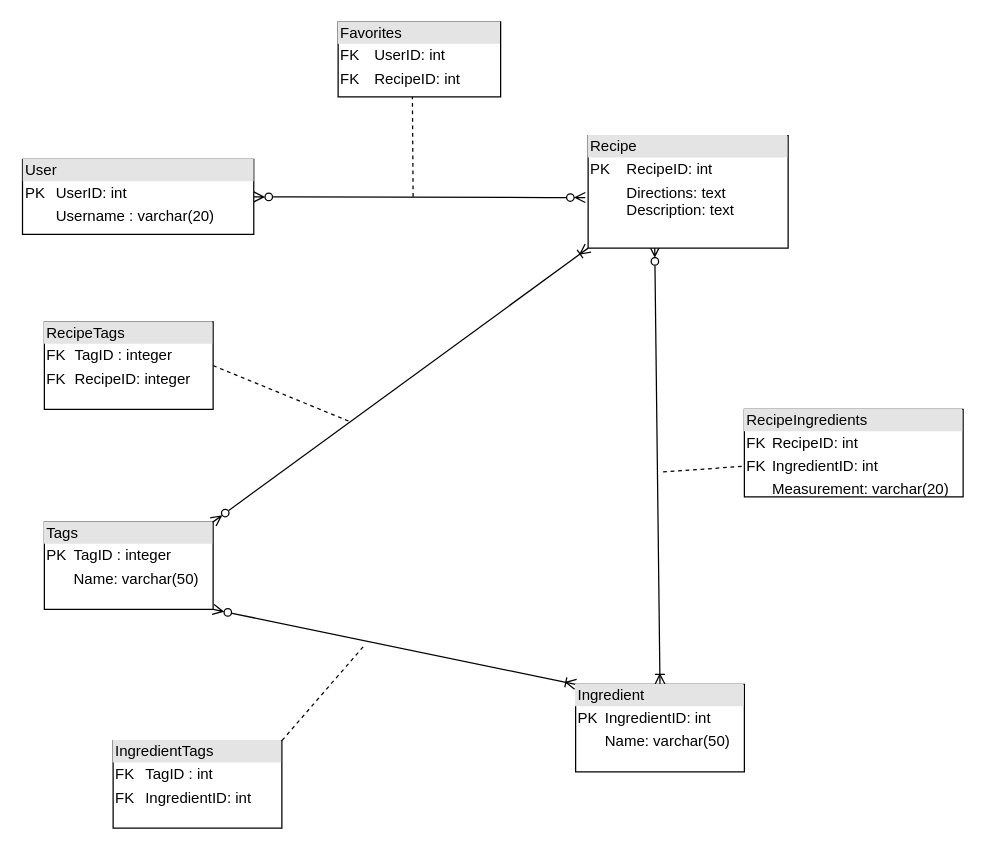
Before: Copy of Project A2.drawio in Rhimeth/COSC-612-Project, a draw.io diagram. Source tidied: cells renumbered, new cells numbered last; positions are measured from the earlier drawing's top-left corner, leaving out a move shared by most shapes. Both pictures are drawn from the tidied source at 125%, with x=0, y=0 at pixel (22, 21).
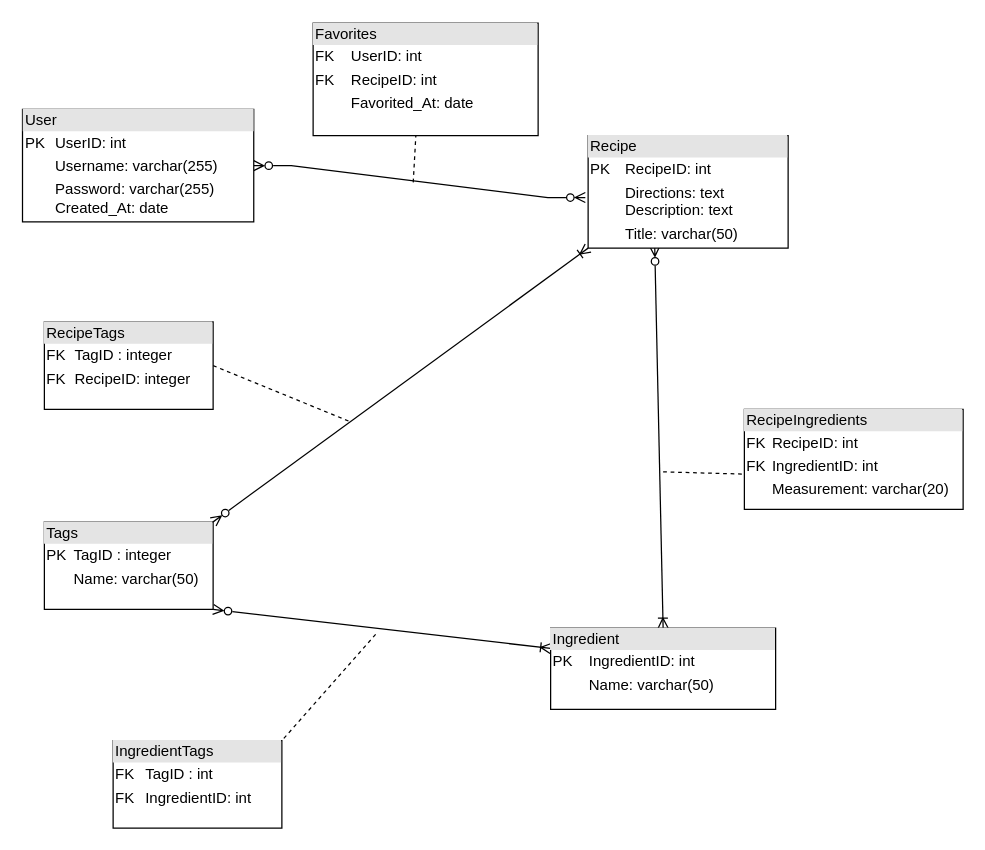
The same page after the edit.

The change refers to these unchanged cells:
```xml
<mxCell id="14" value="&lt;div style=&quot;box-sizing:border-box;width:100%;background:#e4e4e4;padding:2px;&quot;&gt;Tags&lt;/div&gt;&lt;table style=&quot;width:100%;font-size:1em;&quot; cellpadding=&quot;2&quot; cellspacing=&quot;0&quot;&gt;&lt;tbody&gt;&lt;tr&gt;&lt;td&gt;PK&lt;/td&gt;&lt;td&gt;TagID : integer&lt;/td&gt;&lt;/tr&gt;&lt;tr&gt;&lt;td&gt;&lt;br&gt;&lt;/td&gt;&lt;td&gt;Name: varchar(50)&lt;/td&gt;&lt;/tr&gt;&lt;tr&gt;&lt;td&gt;&lt;/td&gt;&lt;td&gt;&lt;br&gt;&lt;/td&gt;&lt;/tr&gt;&lt;/tbody&gt;&lt;/table&gt;" style="verticalAlign=top;align=left;overflow=fill;html=1;whiteSpace=wrap;" parent="1" vertex="1">
  <mxGeometry x="17" y="400" width="135" height="70" as="geometry" />
</mxCell>
<mxCell id="15" value="&lt;div style=&quot;box-sizing:border-box;width:100%;background:#e4e4e4;padding:2px;&quot;&gt;IngredientTags&lt;/div&gt;&lt;table style=&quot;width:100%;font-size:1em;&quot; cellpadding=&quot;2&quot; cellspacing=&quot;0&quot;&gt;&lt;tbody&gt;&lt;tr&gt;&lt;td&gt;FK&lt;/td&gt;&lt;td&gt;TagID : int&lt;/td&gt;&lt;/tr&gt;&lt;tr&gt;&lt;td&gt;FK&lt;/td&gt;&lt;td&gt;IngredientID: int&lt;/td&gt;&lt;/tr&gt;&lt;tr&gt;&lt;td&gt;&lt;/td&gt;&lt;td&gt;&lt;br&gt;&lt;/td&gt;&lt;/tr&gt;&lt;/tbody&gt;&lt;/table&gt;" style="verticalAlign=top;align=left;overflow=fill;html=1;whiteSpace=wrap;" parent="1" vertex="1">
  <mxGeometry x="72" y="575" width="135" height="70" as="geometry" />
</mxCell>
```

Change to the diagram source:
```diff
@@
-    <mxCell id="5" style="endArrow=ERoneToMany;startArrow=ERzeroToMany;html=1;rounded=0;exitX=1;exitY=1;exitDx=0;exitDy=0;entryX=0;entryY=0;entryDx=0;entryDy=0;startFill=0;endFill=0;" parent="1" edge="1" source="14" target="16">
+    <mxCell id="5" style="endArrow=ERoneToMany;startArrow=ERzeroToMany;html=1;rounded=0;exitX=1;exitY=1;exitDx=0;exitDy=0;entryX=0;entryY=0.25;entryDx=0;entryDy=0;startFill=0;endFill=0;" parent="1" edge="1" source="14" target="16">
       <mxGeometry relative="1" as="geometry" />
     </mxCell>
     <mxCell id="6" style="endArrow=none;html=1;rounded=0;entryX=1;entryY=0;entryDx=0;entryDy=0;dashed=1;" parent="1" edge="1" target="15">
       <mxGeometry relative="1" as="geometry">
-        <mxPoint x="272" y="500" as="sourcePoint" />
+        <mxPoint x="282" y="490" as="sourcePoint" />
       </mxGeometry>
     </mxCell>
@@
     <mxCell id="9" style="endArrow=none;html=1;rounded=0;exitX=0.457;exitY=0.983;exitDx=0;exitDy=0;dashed=1;exitPerimeter=0;" parent="1" edge="1" source="12">
       <mxGeometry relative="1" as="geometry">
-        <mxPoint x="312" y="140" as="targetPoint" />
+        <mxPoint x="312" y="130" as="targetPoint" />
       </mxGeometry>
     </mxCell>
-    <mxCell id="10" value="&lt;div style=&quot;box-sizing:border-box;width:100%;background:#e4e4e4;padding:2px;&quot;&gt;User&lt;/div&gt;&lt;table style=&quot;width:100%;font-size:1em;&quot; cellpadding=&quot;2&quot; cellspacing=&quot;0&quot;&gt;&lt;tbody&gt;&lt;tr&gt;&lt;td&gt;PK&lt;/td&gt;&lt;td&gt;UserID: int&lt;/td&gt;&lt;/tr&gt;&lt;tr&gt;&lt;td&gt;&lt;br&gt;&lt;/td&gt;&lt;td&gt;Username : varchar(20)&lt;/td&gt;&lt;/tr&gt;&lt;tr&gt;&lt;td&gt;&lt;/td&gt;&lt;td&gt;&lt;br&gt;&lt;/td&gt;&lt;/tr&gt;&lt;/tbody&gt;&lt;/table&gt;" style="verticalAlign=top;align=left;overflow=fill;html=1;whiteSpace=wrap;" parent="1" vertex="1">
-      <mxGeometry x="-0.5" y="110" width="185" height="60" as="geometry" />
+    <mxCell id="10" value="&lt;div style=&quot;box-sizing:border-box;width:100%;background:#e4e4e4;padding:2px;&quot;&gt;User&lt;/div&gt;&lt;table style=&quot;width:100%;font-size:1em;&quot; cellpadding=&quot;2&quot; cellspacing=&quot;0&quot;&gt;&lt;tbody&gt;&lt;tr&gt;&lt;td&gt;PK&lt;/td&gt;&lt;td&gt;UserID: int&lt;/td&gt;&lt;/tr&gt;&lt;tr&gt;&lt;td&gt;&lt;br&gt;&lt;/td&gt;&lt;td&gt;Username: varchar(255)&lt;br&gt;&lt;/td&gt;&lt;/tr&gt;&lt;tr&gt;&lt;td&gt;&lt;/td&gt;&lt;td&gt;Password: varchar(255)&lt;br&gt;Created_At: date&lt;br&gt;&lt;/td&gt;&lt;/tr&gt;&lt;/tbody&gt;&lt;/table&gt;" style="verticalAlign=top;align=left;overflow=fill;html=1;whiteSpace=wrap;" parent="1" vertex="1">
+      <mxGeometry x="-0.5" y="70" width="185" height="90" as="geometry" />
     </mxCell>
@@
-    <mxCell id="12" value="&lt;div style=&quot;box-sizing:border-box;width:100%;background:#e4e4e4;padding:2px;&quot;&gt;Favorites&lt;/div&gt;&lt;table style=&quot;width:100%;font-size:1em;&quot; cellpadding=&quot;2&quot; cellspacing=&quot;0&quot;&gt;&lt;tbody&gt;&lt;tr&gt;&lt;td&gt;FK&lt;/td&gt;&lt;td&gt;UserID: int&lt;/td&gt;&lt;/tr&gt;&lt;tr&gt;&lt;td&gt;FK&lt;/td&gt;&lt;td&gt;RecipeID: int&lt;/td&gt;&lt;/tr&gt;&lt;tr&gt;&lt;td&gt;&lt;/td&gt;&lt;td&gt;&lt;br&gt;&lt;/td&gt;&lt;/tr&gt;&lt;/tbody&gt;&lt;/table&gt;" style="verticalAlign=top;align=left;overflow=fill;html=1;whiteSpace=wrap;" parent="1" vertex="1">
-      <mxGeometry x="252" width="130" height="60" as="geometry" />
+    <mxCell id="12" value="&lt;div style=&quot;box-sizing:border-box;width:100%;background:#e4e4e4;padding:2px;&quot;&gt;Favorites&lt;/div&gt;&lt;table style=&quot;width:100%;font-size:1em;&quot; cellpadding=&quot;2&quot; cellspacing=&quot;0&quot;&gt;&lt;tbody&gt;&lt;tr&gt;&lt;td&gt;FK&lt;/td&gt;&lt;td&gt;UserID: int&lt;/td&gt;&lt;/tr&gt;&lt;tr&gt;&lt;td&gt;FK&lt;/td&gt;&lt;td&gt;RecipeID: int&lt;/td&gt;&lt;/tr&gt;&lt;tr&gt;&lt;td&gt;&lt;br&gt;&lt;/td&gt;&lt;td&gt;Favorited_At: date&lt;/td&gt;&lt;/tr&gt;&lt;/tbody&gt;&lt;/table&gt;" style="verticalAlign=top;align=left;overflow=fill;html=1;whiteSpace=wrap;" parent="1" vertex="1">
+      <mxGeometry x="232" y="1" width="180" height="90" as="geometry" />
     </mxCell>
-    <mxCell id="13" value="&lt;div style=&quot;box-sizing:border-box;width:100%;background:#e4e4e4;padding:2px;&quot;&gt;Recipe&lt;/div&gt;&lt;table style=&quot;width:100%;font-size:1em;&quot; cellpadding=&quot;2&quot; cellspacing=&quot;0&quot;&gt;&lt;tbody&gt;&lt;tr&gt;&lt;td&gt;PK&lt;/td&gt;&lt;td&gt;RecipeID: int&lt;/td&gt;&lt;/tr&gt;&lt;tr&gt;&lt;td&gt;&lt;/td&gt;&lt;td&gt;Directions: text&lt;br&gt;Description: text&lt;br&gt;&lt;br&gt;&lt;/td&gt;&lt;/tr&gt;&lt;tr&gt;&lt;td&gt;&lt;/td&gt;&lt;td&gt;&lt;br&gt;&lt;/td&gt;&lt;/tr&gt;&lt;/tbody&gt;&lt;/table&gt;" style="verticalAlign=top;align=left;overflow=fill;html=1;whiteSpace=wrap;" parent="1" vertex="1">
+    <mxCell id="13" value="&lt;div style=&quot;box-sizing:border-box;width:100%;background:#e4e4e4;padding:2px;&quot;&gt;Recipe&lt;/div&gt;&lt;table style=&quot;width:100%;font-size:1em;&quot; cellpadding=&quot;2&quot; cellspacing=&quot;0&quot;&gt;&lt;tbody&gt;&lt;tr&gt;&lt;td&gt;PK&lt;/td&gt;&lt;td&gt;RecipeID: int&lt;br&gt;&lt;/td&gt;&lt;/tr&gt;&lt;tr&gt;&lt;td&gt;&lt;/td&gt;&lt;td&gt;Directions: text&lt;br&gt;Description: text&lt;br&gt;&lt;/td&gt;&lt;/tr&gt;&lt;tr&gt;&lt;td&gt;&lt;/td&gt;&lt;td&gt;Title: varchar(50)&lt;/td&gt;&lt;/tr&gt;&lt;/tbody&gt;&lt;/table&gt;" style="verticalAlign=top;align=left;overflow=fill;html=1;whiteSpace=wrap;" parent="1" vertex="1">
       <mxGeometry x="452" y="91" width="160" height="90" as="geometry" />
     </mxCell>
@@
-    <mxCell id="16" value="&lt;div style=&quot;box-sizing:border-box;width:100%;background:#e4e4e4;padding:2px;&quot;&gt;Ingredient&lt;/div&gt;&lt;table style=&quot;width:100%;font-size:1em;&quot; cellpadding=&quot;2&quot; cellspacing=&quot;0&quot;&gt;&lt;tbody&gt;&lt;tr&gt;&lt;td&gt;PK&lt;/td&gt;&lt;td&gt;IngredientID: int&lt;br&gt;&lt;/td&gt;&lt;/tr&gt;&lt;tr&gt;&lt;td&gt;&lt;br&gt;&lt;/td&gt;&lt;td&gt;Name: varchar(50)&lt;/td&gt;&lt;/tr&gt;&lt;tr&gt;&lt;td&gt;&lt;/td&gt;&lt;td&gt;&lt;br&gt;&lt;/td&gt;&lt;/tr&gt;&lt;/tbody&gt;&lt;/table&gt;" style="verticalAlign=top;align=left;overflow=fill;html=1;whiteSpace=wrap;" parent="1" vertex="1">
-      <mxGeometry x="442" y="530" width="135" height="70" as="geometry" />
+    <mxCell id="16" value="&lt;div style=&quot;box-sizing:border-box;width:100%;background:#e4e4e4;padding:2px;&quot;&gt;Ingredient&lt;/div&gt;&lt;table style=&quot;width:100%;font-size:1em;&quot; cellpadding=&quot;2&quot; cellspacing=&quot;0&quot;&gt;&lt;tbody&gt;&lt;tr&gt;&lt;td&gt;PK&lt;/td&gt;&lt;td&gt;IngredientID: int&lt;br&gt;&lt;/td&gt;&lt;/tr&gt;&lt;tr&gt;&lt;td&gt;&lt;br&gt;&lt;/td&gt;&lt;td&gt;Name: varchar(50)&lt;/td&gt;&lt;/tr&gt;&lt;tr&gt;&lt;td&gt;&lt;br&gt;&lt;/td&gt;&lt;td&gt;&lt;br&gt;&lt;/td&gt;&lt;/tr&gt;&lt;/tbody&gt;&lt;/table&gt;" style="verticalAlign=top;align=left;overflow=fill;html=1;whiteSpace=wrap;" parent="1" vertex="1">
+      <mxGeometry x="422" y="485" width="180" height="65" as="geometry" />
     </mxCell>
     <mxCell id="17" value="&lt;div style=&quot;box-sizing:border-box;width:100%;background:#e4e4e4;padding:2px;&quot;&gt;RecipeIngredients&lt;/div&gt;&lt;table style=&quot;width:100%;font-size:1em;&quot; cellpadding=&quot;2&quot; cellspacing=&quot;0&quot;&gt;&lt;tbody&gt;&lt;tr&gt;&lt;td&gt;FK&lt;/td&gt;&lt;td&gt;RecipeID: int&lt;br&gt;&lt;/td&gt;&lt;/tr&gt;&lt;tr&gt;&lt;td&gt;FK&lt;/td&gt;&lt;td&gt;IngredientID: int&lt;/td&gt;&lt;/tr&gt;&lt;tr&gt;&lt;td&gt;&lt;/td&gt;&lt;td&gt;Measurement: varchar(20)&lt;/td&gt;&lt;/tr&gt;&lt;/tbody&gt;&lt;/table&gt;" style="verticalAlign=top;align=left;overflow=fill;html=1;whiteSpace=wrap;" parent="1" vertex="1">
-      <mxGeometry x="577" y="310" width="175" height="70" as="geometry" />
+      <mxGeometry x="577" y="310" width="175" height="80" as="geometry" />
     </mxCell>
```
